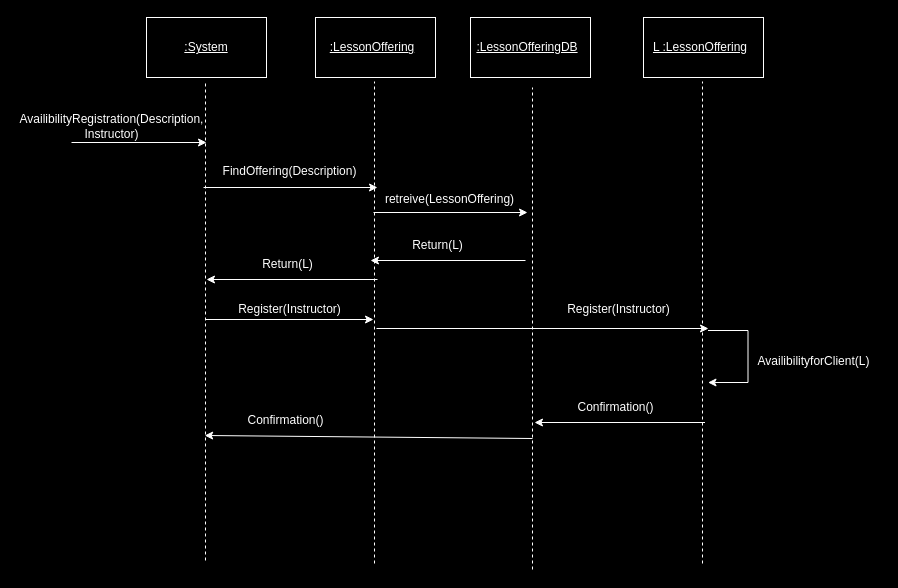
Earlier version of the draw.io diagram ss_AvailibilityRegistration.drawio (matdavid7272/342project). Source tidied: cells renumbered, new cells numbered last; positions are measured from the earlier drawing's top-left corner, leaving out a move shared by most shapes. Both pictures are drawn from the tidied source at 100%, with x=0, y=0 at pixel (17, 17).
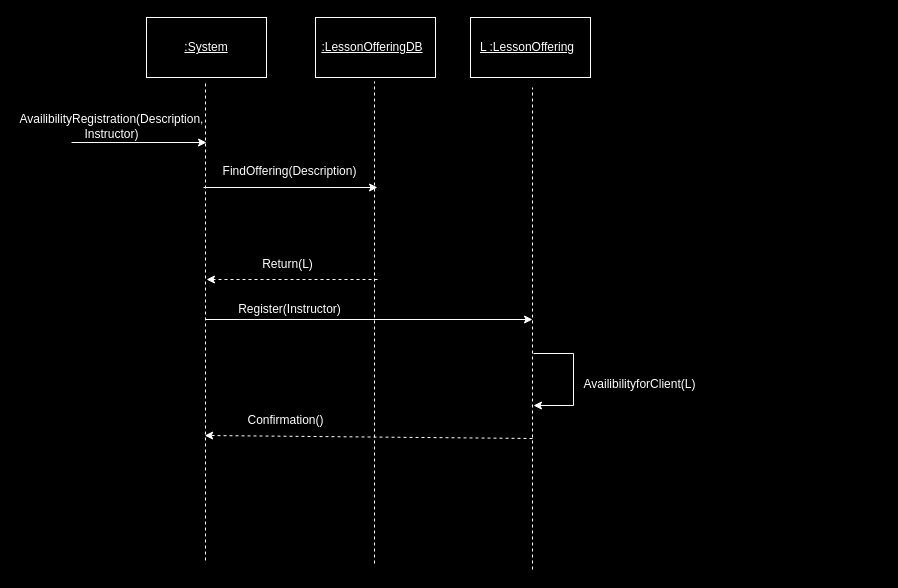
Above is the later version.

Change to the diagram source:
```diff
@@
-    <mxCell id="11" value="&lt;font color=&quot;#ffffff&quot;&gt;&lt;u&gt;:LessonOffering&lt;/u&gt;&lt;/font&gt;" style="text;html=1;align=center;verticalAlign=middle;whiteSpace=wrap;rounded=0;" parent="1" vertex="1">
+    <mxCell id="11" value="&lt;font color=&quot;#ffffff&quot;&gt;&lt;u&gt;:LessonOfferingDB&lt;/u&gt;&lt;/font&gt;" style="text;html=1;align=center;verticalAlign=middle;whiteSpace=wrap;rounded=0;" parent="1" vertex="1">
       <mxGeometry x="300" y="15" width="110" height="30" as="geometry" />
     </mxCell>
@@
-    <mxCell id="15" value="&lt;font color=&quot;#ffffff&quot;&gt;&lt;u&gt;:LessonOfferingDB&lt;/u&gt;&lt;/font&gt;" style="text;html=1;align=center;verticalAlign=middle;whiteSpace=wrap;rounded=0;" parent="1" vertex="1">
+    <mxCell id="15" value="&lt;font color=&quot;#ffffff&quot;&gt;&lt;u&gt;L :LessonOffering&lt;/u&gt;&lt;/font&gt;" style="text;html=1;align=center;verticalAlign=middle;whiteSpace=wrap;rounded=0;" parent="1" vertex="1">
       <mxGeometry x="455" y="15" width="110" height="30" as="geometry" />
     </mxCell>
-    <mxCell id="16" style="endArrow=classic;html=1;rounded=0;strokeColor=#FFFFFF;" parent="1" edge="1">
-      <mxGeometry relative="1" as="geometry">
-        <mxPoint x="356" y="195" as="sourcePoint" />
-        <mxPoint x="510" y="195" as="targetPoint" />
-      </mxGeometry>
-    </mxCell>
-    <mxCell id="17" value="&lt;font color=&quot;#ffffff&quot;&gt;retreive(LessonOffering)&lt;/font&gt;" style="text;html=1;align=center;verticalAlign=middle;whiteSpace=wrap;rounded=0;" parent="1" vertex="1">
-      <mxGeometry x="365" y="167" width="135" height="30" as="geometry" />
-    </mxCell>
-    <mxCell id="18" style="endArrow=classic;html=1;rounded=0;strokeColor=#FFFFFF;entryX=0;entryY=1;entryDx=0;entryDy=0;" parent="1" edge="1" target="19">
-      <mxGeometry relative="1" as="geometry">
-        <mxPoint x="508" y="243" as="sourcePoint" />
-      </mxGeometry>
-    </mxCell>
-    <mxCell id="19" value="&lt;font color=&quot;#ffffff&quot;&gt;Return(L)&lt;/font&gt;" style="text;html=1;align=center;verticalAlign=middle;whiteSpace=wrap;rounded=0;" parent="1" vertex="1">
-      <mxGeometry x="353" y="213" width="135" height="30" as="geometry" />
-    </mxCell>
     <mxCell id="20" style="endArrow=classic;html=1;rounded=0;strokeColor=#FFFFFF;" parent="1" edge="1">
       <mxGeometry relative="1" as="geometry">
-        <mxPoint x="690.5" y="313" as="sourcePoint" />
-        <mxPoint x="690.5" y="365" as="targetPoint" />
+        <mxPoint x="516" y="336" as="sourcePoint" />
+        <mxPoint x="516" y="388" as="targetPoint" />
         <Array as="points">
-          <mxPoint x="730.5" y="313" />
-          <mxPoint x="730.5" y="365" />
+          <mxPoint x="556" y="336" />
+          <mxPoint x="556" y="388" />
         </Array>
       </mxGeometry>
     </mxCell>
     <mxCell id="21" value="&lt;font color=&quot;#ffffff&quot;&gt;AvailibilityforClient(L)&lt;/font&gt;" style="text;html=1;align=center;verticalAlign=middle;whiteSpace=wrap;rounded=0;" parent="1" vertex="1">
-      <mxGeometry x="729" y="329" width="135" height="30" as="geometry" />
+      <mxGeometry x="554.5" y="352" width="135" height="30" as="geometry" />
     </mxCell>
-    <mxCell id="22" style="endArrow=classic;html=1;rounded=0;strokeColor=#FFFFFF;" parent="1" edge="1">
-      <mxGeometry relative="1" as="geometry">
-        <mxPoint x="687.5" y="405" as="sourcePoint" />
-        <mxPoint x="517" y="405" as="targetPoint" />
-      </mxGeometry>
-    </mxCell>
-    <mxCell id="23" value="&lt;font color=&quot;#ffffff&quot;&gt;Confirmation()&lt;/font&gt;" style="text;html=1;align=center;verticalAlign=middle;whiteSpace=wrap;rounded=0;" parent="1" vertex="1">
-      <mxGeometry x="530.5" y="375" width="135" height="30" as="geometry" />
-    </mxCell>
-    <mxCell id="24" style="endArrow=classic;html=1;rounded=0;strokeColor=#FFFFFF;" parent="1" edge="1">
+    <mxCell id="24" style="endArrow=classic;html=1;rounded=0;strokeColor=#FFFFFF;dashed=1;" parent="1" edge="1">
       <mxGeometry relative="1" as="geometry">
         <mxPoint x="360" y="262" as="sourcePoint" />
         <mxPoint x="189" y="262" as="targetPoint" />
       </mxGeometry>
     </mxCell>
@@
-    <mxCell id="26" style="endArrow=classic;html=1;rounded=0;strokeColor=#FFFFFF;" parent="1" edge="1">
-      <mxGeometry relative="1" as="geometry">
-        <mxPoint x="359" y="311" as="sourcePoint" />
-        <mxPoint x="691" y="311" as="targetPoint" />
-      </mxGeometry>
-    </mxCell>
-    <mxCell id="27" value="&lt;font color=&quot;#ffffff&quot;&gt;Register(Instructor)&lt;/font&gt;" style="text;html=1;align=center;verticalAlign=middle;whiteSpace=wrap;rounded=0;" parent="1" vertex="1">
-      <mxGeometry x="534" y="277" width="135" height="30" as="geometry" />
-    </mxCell>
-    <mxCell id="28" style="endArrow=none;dashed=1;html=1;rounded=0;strokeColor=#FFFFFF;" parent="1" edge="1">
-      <mxGeometry relative="1" as="geometry">
-        <mxPoint x="685" y="546" as="sourcePoint" />
-        <mxPoint x="685" y="64" as="targetPoint" />
-      </mxGeometry>
-    </mxCell>
-    <mxCell id="29" style="rounded=0;whiteSpace=wrap;html=1;fillColor=#000000;strokeColor=#FFFFFF;" parent="1" vertex="1">
-      <mxGeometry x="626" width="120" height="60" as="geometry" />
-    </mxCell>
-    <mxCell id="30" value="&lt;font color=&quot;#ffffff&quot;&gt;&lt;u&gt;L :LessonOffering&lt;/u&gt;&lt;/font&gt;" style="text;html=1;align=center;verticalAlign=middle;whiteSpace=wrap;rounded=0;" parent="1" vertex="1">
-      <mxGeometry x="628" y="15" width="110" height="30" as="geometry" />
-    </mxCell>
     <mxCell id="31" style="endArrow=classic;html=1;rounded=0;strokeColor=#FFFFFF;" parent="1" edge="1">
       <mxGeometry relative="1" as="geometry">
         <mxPoint x="188.5" y="302" as="sourcePoint" />
-        <mxPoint x="356" y="302" as="targetPoint" />
+        <mxPoint x="515" y="302" as="targetPoint" />
       </mxGeometry>
     </mxCell>
@@
-    <mxCell id="33" style="endArrow=classic;html=1;rounded=0;strokeColor=#FFFFFF;" parent="1" edge="1">
+    <mxCell id="33" style="endArrow=classic;html=1;rounded=0;strokeColor=#FFFFFF;dashed=1;" parent="1" edge="1">
       <mxGeometry relative="1" as="geometry">
         <mxPoint x="515" y="421" as="sourcePoint" />
         <mxPoint x="187.2" y="418" as="targetPoint" />
       </mxGeometry>
     </mxCell>
```
